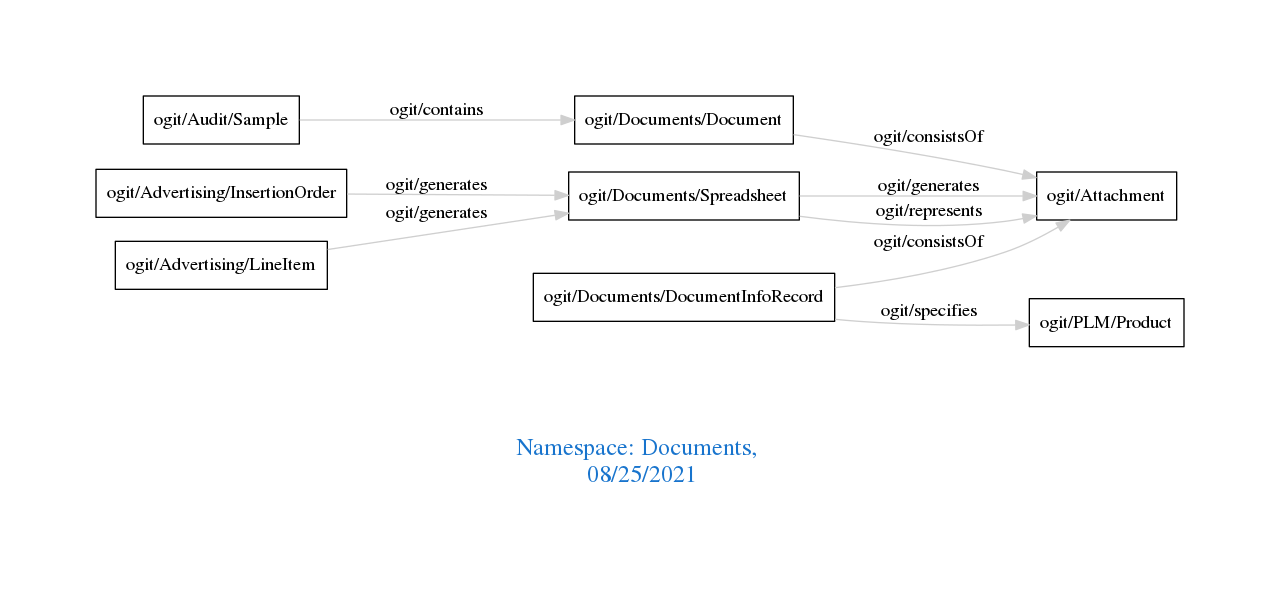
Above: downloads/Documents.png in arago/OGIT (Graphviz), before the change. Its source is kept beside it as downloads/Documents.dot.
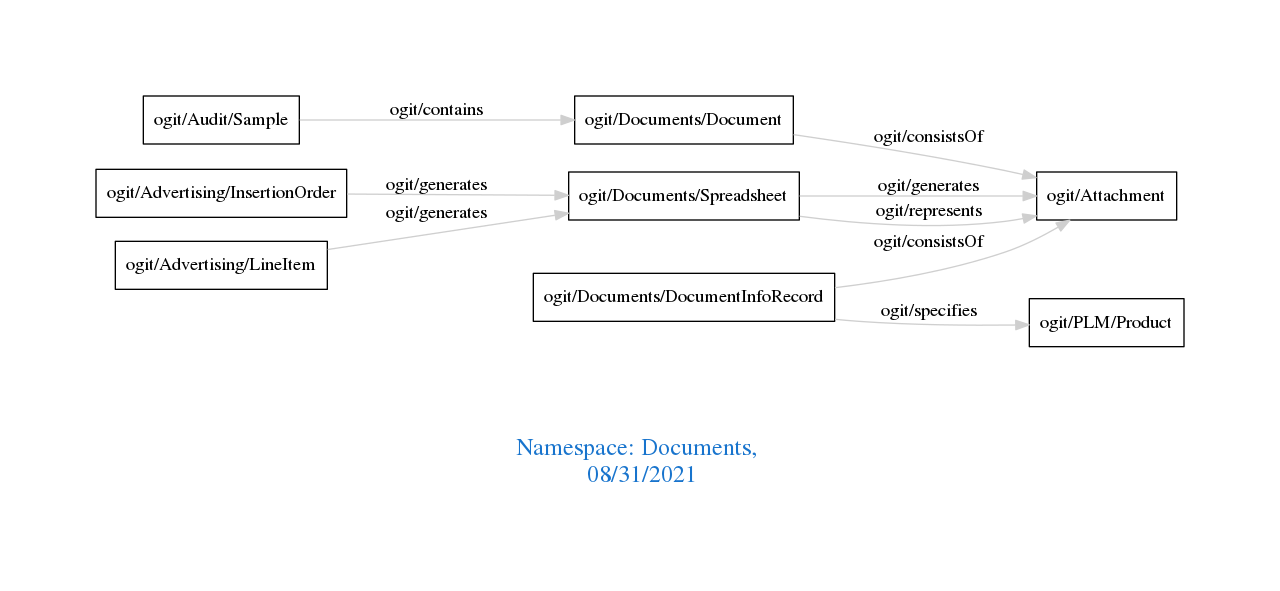
Later version of the same file.

Change to the diagram source:
```diff
@@ -1,7 +1,7 @@
 digraph OGIT_ontology {
  graph [ rankdir= LR,pad=1
 fontsize = 18,
-fontcolor= dodgerblue3,label = "\n\n\nNamespace: Documents, \n 08/25/2021"];
+fontcolor= dodgerblue3,label = "\n\n\nNamespace: Documents, \n 08/31/2021"];
 node[shape=polygon];
 edge [  color="gray81"];
 
```
